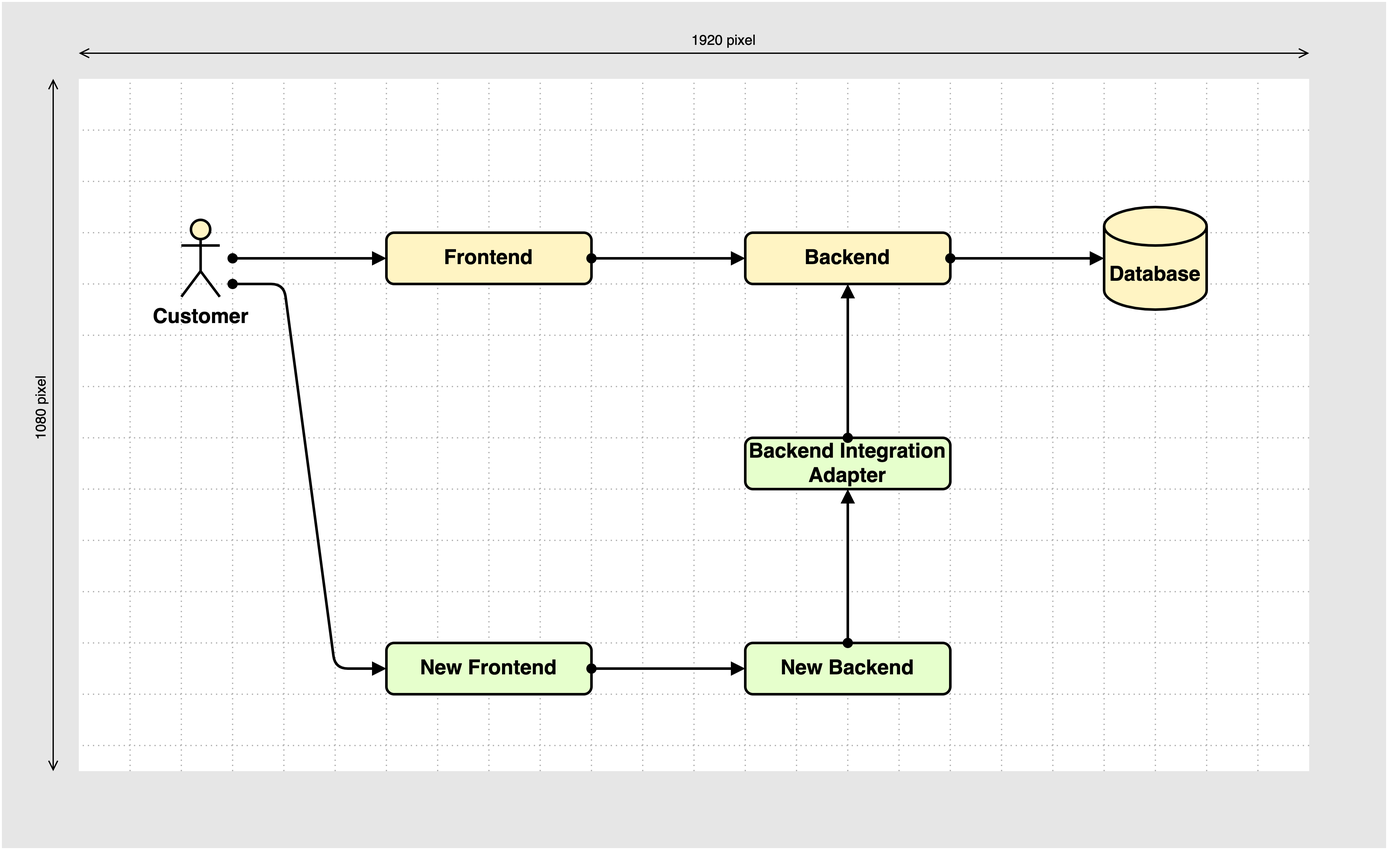
The draw.io diagram diagrams/canvas-guideline_infinite-space_4.png in martinleggewie/visual-tips-for-creating-schematic-diagrams, before a commit. Source tidied: cells renumbered, new cells last; positions are measured from the earlier drawing's top-left corner, leaving out a move shared by most shapes.
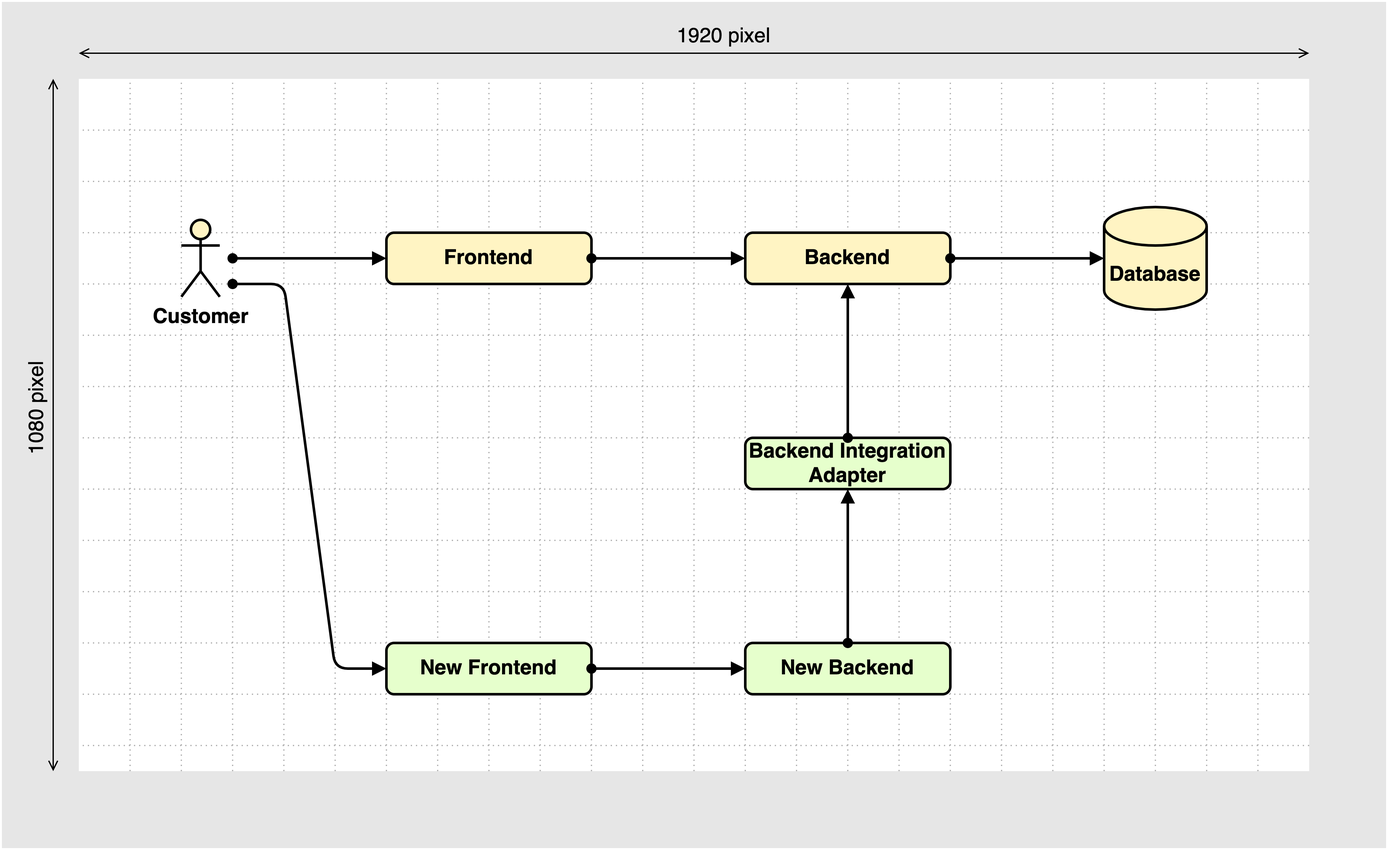
After the change.

Change to the diagram source:
```diff
@@ -14,7 +14,7 @@
         <mxPoint x="1020" y="40" as="targetPoint" />
       </mxGeometry>
     </mxCell>
-    <mxCell id="5" value="1920 pixel" style="edgeLabel;html=1;align=center;verticalAlign=bottom;labelBackgroundColor=none;" parent="4" vertex="1">
+    <mxCell id="5" value="1920 pixel" style="edgeLabel;html=1;align=center;verticalAlign=bottom;labelBackgroundColor=none;fontSize=16;" parent="4" vertex="1">
       <mxGeometry x="0.05" y="2" relative="1" as="geometry" />
     </mxCell>
     <mxCell id="6" style="endArrow=open;startArrow=open;html=1;endFill=0;startFill=0;" parent="1" edge="1">
@@ -23,7 +23,7 @@
         <mxPoint x="40" y="60" as="targetPoint" />
       </mxGeometry>
     </mxCell>
-    <mxCell id="7" value="1080 pixel" style="edgeLabel;html=1;align=center;verticalAlign=bottom;horizontal=0;labelBackgroundColor=none;" parent="6" vertex="1">
+    <mxCell id="7" value="1080 pixel" style="edgeLabel;html=1;align=center;verticalAlign=bottom;horizontal=0;labelBackgroundColor=none;fontSize=16;" parent="6" vertex="1">
       <mxGeometry x="0.05" y="2" relative="1" as="geometry" />
     </mxCell>
     <mxCell id="8" value="grid" parent="0" />
```
